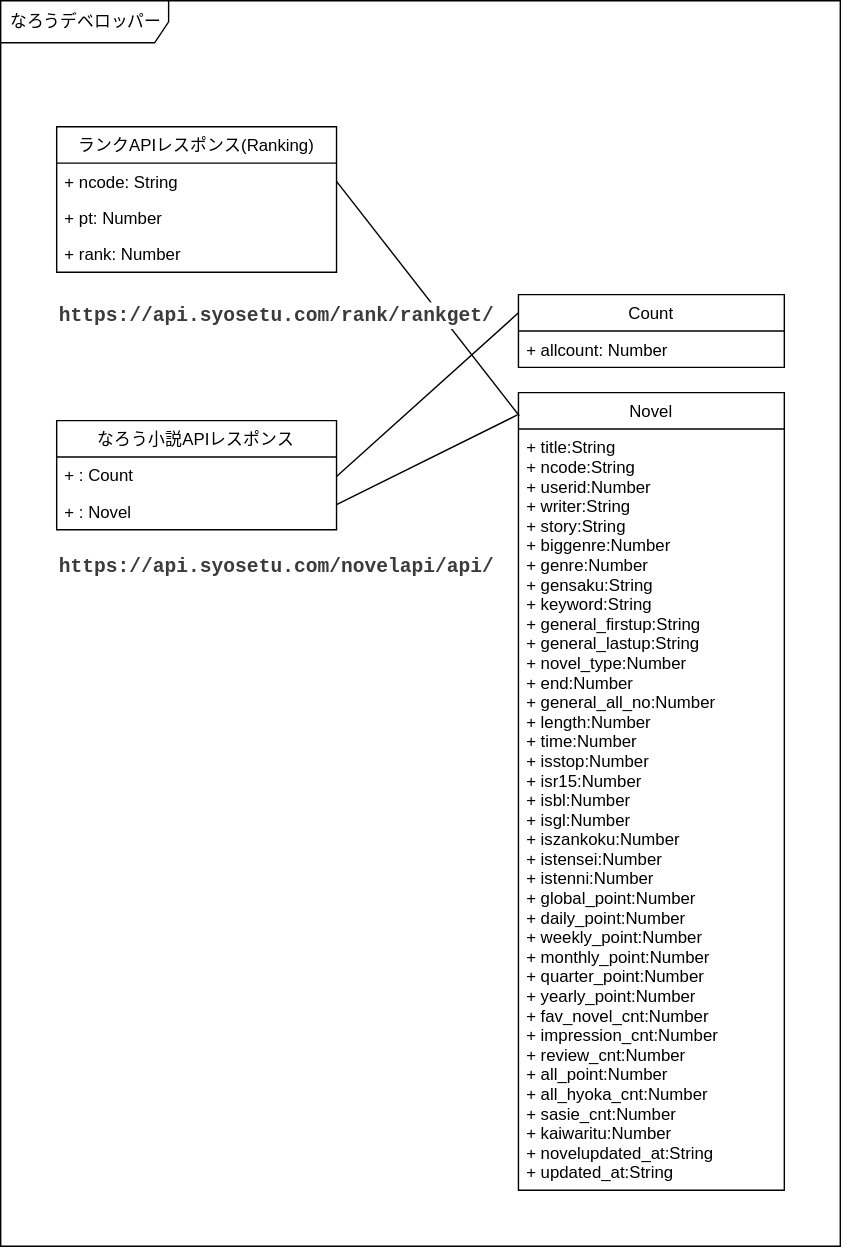
This is なろうデベロッパー.svg from k-irie/narou, a draw.io export, as it was before one commit. Source tidied: cells renumbered, new cells last; positions are measured from the earlier drawing's top-left corner, leaving out a move shared by most shapes.
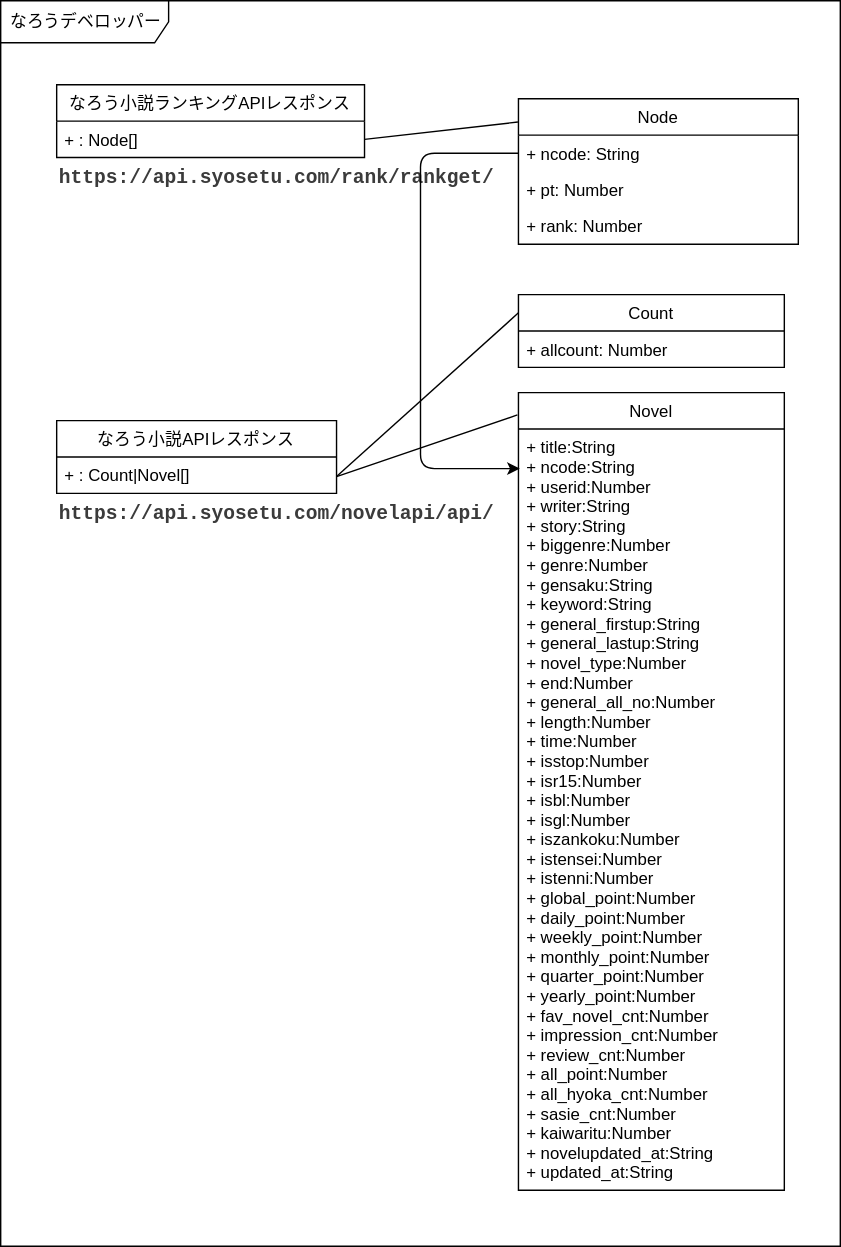
Later version of the same file.

Diff of the diagram source:
```diff
@@ -5,27 +5,18 @@
     <mxCell id="2" value="なろうデベロッパー" style="shape=umlFrame;whiteSpace=wrap;html=1;width=120;height=30;boundedLbl=1;verticalAlign=middle;align=left;spacingLeft=5;" parent="1" vertex="1">
       <mxGeometry width="600" height="890" as="geometry" />
     </mxCell>
-    <mxCell id="3" value="ランクAPIレスポンス(Ranking)" style="swimlane;fontStyle=0;horizontal=1;startSize=26;fillColor=none;" parent="1" vertex="1">
-      <mxGeometry x="40" y="90" width="200" height="104" as="geometry" />
+    <mxCell id="3" value="なろう小説ランキングAPIレスポンス" style="swimlane;fontStyle=0;horizontal=1;startSize=26;fillColor=none;" parent="1" vertex="1">
+      <mxGeometry x="40" y="60" width="220" height="52" as="geometry" />
     </mxCell>
-    <mxCell id="4" value="+ ncode: String" style="text;strokeColor=none;fillColor=none;align=left;verticalAlign=top;spacingLeft=4;spacingRight=4;overflow=hidden;points=[[0,0.5],[1,0.5]];portConstraint=eastwest;" parent="3" vertex="1">
-      <mxGeometry y="26" width="200" height="26" as="geometry" />
+    <mxCell id="4" value="+ : Node[]" style="text;strokeColor=none;fillColor=none;align=left;verticalAlign=top;spacingLeft=4;spacingRight=4;overflow=hidden;points=[[0,0.5],[1,0.5]];portConstraint=eastwest;" parent="3" vertex="1">
+      <mxGeometry y="26" width="220" height="26" as="geometry" />
     </mxCell>
-    <mxCell id="5" value="+ pt: Number" style="text;strokeColor=none;fillColor=none;align=left;verticalAlign=top;spacingLeft=4;spacingRight=4;overflow=hidden;" parent="3" vertex="1">
-      <mxGeometry y="52" width="200" height="26" as="geometry" />
-    </mxCell>
-    <mxCell id="6" value="+ rank: Number" style="text;strokeColor=none;fillColor=none;align=left;verticalAlign=top;spacingLeft=4;spacingRight=4;overflow=hidden;" parent="3" vertex="1">
-      <mxGeometry y="78" width="200" height="26" as="geometry" />
-    </mxCell>
     <mxCell id="7" value="なろう小説APIレスポンス" style="swimlane;fontStyle=0;horizontal=1;startSize=26;fillColor=none;" parent="1" vertex="1">
-      <mxGeometry x="40" y="300" width="200" height="78" as="geometry" />
+      <mxGeometry x="40" y="300" width="200" height="52" as="geometry" />
     </mxCell>
-    <mxCell id="8" value="+ : Count" style="text;strokeColor=none;fillColor=none;align=left;verticalAlign=top;spacingLeft=4;spacingRight=4;overflow=hidden;points=[[0,0.5],[1,0.5]];portConstraint=eastwest;" parent="7" vertex="1">
+    <mxCell id="8" value="+ : Count|Novel[]" style="text;strokeColor=none;fillColor=none;align=left;verticalAlign=top;spacingLeft=4;spacingRight=4;overflow=hidden;points=[[0,0.5],[1,0.5]];portConstraint=eastwest;" parent="7" vertex="1">
       <mxGeometry y="26" width="200" height="26" as="geometry" />
     </mxCell>
-    <mxCell id="9" value="+ : Novel" style="text;strokeColor=none;fillColor=none;align=left;verticalAlign=top;spacingLeft=4;spacingRight=4;overflow=hidden;points=[[0,0.5],[1,0.5]];portConstraint=eastwest;" parent="7" vertex="1">
-      <mxGeometry y="52" width="200" height="26" as="geometry" />
-    </mxCell>
     <mxCell id="10" value="Count" style="swimlane;fontStyle=0;horizontal=1;startSize=26;fillColor=none;" parent="1" vertex="1">
       <mxGeometry x="370" y="210" width="190" height="52" as="geometry" />
     </mxCell>
@@ -41,17 +32,39 @@
     <mxCell id="14" style="edgeStyle=none;html=1;entryX=0;entryY=0.25;entryDx=0;entryDy=0;endArrow=none;endFill=0;exitX=1;exitY=0.538;exitDx=0;exitDy=0;exitPerimeter=0;" parent="1" edge="1" source="8" target="10">
       <mxGeometry relative="1" as="geometry" />
     </mxCell>
-    <mxCell id="15" style="edgeStyle=none;html=1;endArrow=none;endFill=0;entryX=-0.004;entryY=0.028;entryDx=0;entryDy=0;entryPerimeter=0;exitX=1;exitY=0.308;exitDx=0;exitDy=0;exitPerimeter=0;" parent="1" edge="1" source="9" target="12">
-      <mxGeometry relative="1" as="geometry" />
+    <mxCell id="15" style="edgeStyle=none;html=1;endArrow=none;endFill=0;entryX=-0.004;entryY=0.028;entryDx=0;entryDy=0;entryPerimeter=0;" parent="1" edge="1" target="12">
+      <mxGeometry relative="1" as="geometry">
+        <mxPoint x="240" y="340" as="sourcePoint" />
+      </mxGeometry>
     </mxCell>
-    <mxCell id="16" style="edgeStyle=none;html=1;entryX=0.003;entryY=0.029;entryDx=0;entryDy=0;entryPerimeter=0;exitX=1;exitY=0.5;exitDx=0;exitDy=0;endArrow=none;endFill=0;" parent="1" edge="1" source="4" target="12">
+    <mxCell id="16" style="edgeStyle=none;html=1;entryX=-0.002;entryY=0.16;entryDx=0;entryDy=0;entryPerimeter=0;exitX=1;exitY=0.5;exitDx=0;exitDy=0;endArrow=none;endFill=0;" parent="1" edge="1" source="4" target="19">
       <mxGeometry relative="1" as="geometry" />
     </mxCell>
     <mxCell id="17" value="&lt;div style=&quot;color: rgb(59, 59, 59); background-color: rgb(255, 255, 255); font-family: &amp;quot;Cascadia Code&amp;quot;, Consolas, &amp;quot;Courier New&amp;quot;, monospace, Consolas, &amp;quot;Courier New&amp;quot;, monospace; font-weight: bold; font-size: 14px; line-height: 19px;&quot;&gt;https://api.syosetu.com/rank/rankget/&lt;/div&gt;" style="text;html=1;align=left;verticalAlign=middle;strokeColor=none;fillColor=none;" parent="1" vertex="1">
-      <mxGeometry x="40" y="210" width="330" height="30" as="geometry" />
+      <mxGeometry x="40" y="112" width="330" height="30" as="geometry" />
     </mxCell>
     <mxCell id="18" value="&lt;div style=&quot;color: rgb(59, 59, 59); background-color: rgb(255, 255, 255); font-family: &amp;quot;Cascadia Code&amp;quot;, Consolas, &amp;quot;Courier New&amp;quot;, monospace, Consolas, &amp;quot;Courier New&amp;quot;, monospace; font-weight: bold; font-size: 14px; line-height: 19px;&quot;&gt;&lt;div style=&quot;line-height: 19px;&quot;&gt;https://api.syosetu.com/novelapi/api/ &lt;/div&gt;&lt;/div&gt;" style="text;html=1;align=left;verticalAlign=middle;strokeColor=none;fillColor=none;" parent="1" vertex="1">
-      <mxGeometry x="40" y="390" width="330" height="30" as="geometry" />
+      <mxGeometry x="40" y="352" width="330" height="30" as="geometry" />
     </mxCell>
+    <mxCell id="19" value="Node" style="swimlane;fontStyle=0;horizontal=1;startSize=26;fillColor=none;" parent="1" vertex="1">
+      <mxGeometry x="370" y="70" width="200" height="104" as="geometry" />
+    </mxCell>
+    <mxCell id="20" value="+ ncode: String" style="text;strokeColor=none;fillColor=none;align=left;verticalAlign=top;spacingLeft=4;spacingRight=4;overflow=hidden;points=[[0,0.5],[1,0.5]];portConstraint=eastwest;" parent="19" vertex="1">
+      <mxGeometry y="26" width="200" height="26" as="geometry" />
+    </mxCell>
+    <mxCell id="5" value="+ pt: Number" style="text;strokeColor=none;fillColor=none;align=left;verticalAlign=top;spacingLeft=4;spacingRight=4;overflow=hidden;" parent="19" vertex="1">
+      <mxGeometry y="52" width="200" height="26" as="geometry" />
+    </mxCell>
+    <mxCell id="6" value="+ rank: Number" style="text;strokeColor=none;fillColor=none;align=left;verticalAlign=top;spacingLeft=4;spacingRight=4;overflow=hidden;" parent="19" vertex="1">
+      <mxGeometry y="78" width="200" height="26" as="geometry" />
+    </mxCell>
+    <mxCell id="21" style="edgeStyle=orthogonalEdgeStyle;html=1;entryX=0.005;entryY=0.052;entryDx=0;entryDy=0;entryPerimeter=0;fontSize=27;" parent="1" edge="1" source="20" target="13">
+      <mxGeometry relative="1" as="geometry">
+        <Array as="points">
+          <mxPoint x="300" y="109" />
+          <mxPoint x="300" y="334" />
+        </Array>
+      </mxGeometry>
+    </mxCell>
   </root>
 </mxGraphModel>
```
